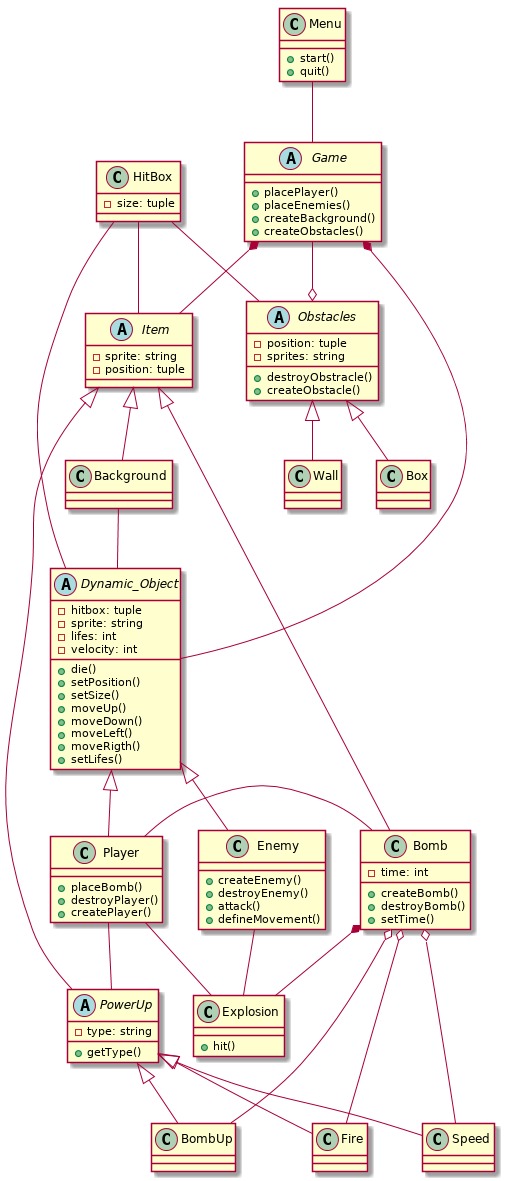
Earlier version of the PlantUML export Bomberman UML/Diagrama de clases/ver1/Bomberman_UML_Clases_v.1.png (vtroitio/Bomberman). Its diagram source:
```plantuml
@startuml
abstract class Item{
  -sprite: string
  -position: tuple
}

abstract class PowerUp{
  -type: string
  +getType()
}

abstract class Game{
  +placePlayer()
  +placeEnemies()
  +createBackground()
  +createObstacles()
}

abstract class Dynamic_Object{
  -hitbox: tuple
  -sprite: string
  -lifes: int
  -velocity: int
  +die()
  +setPosition()
  +setSize()
  +moveUp()
  +moveDown()
  +moveLeft()
  +moveRigth()
  +setLifes()
}

abstract class Obstacles{
  -position: tuple
  -sprites: string
  +destroyObstracle()
  +createObstacle()
}

class Box{

}

class Wall{

}

class HitBox{
  -size: tuple
}

class Menu{
  +start()
  +quit()
}

class Bomb{
  -time: int
  +createBomb()
  +destroyBomb()
  +setTime()
}

class Background{

}

class Enemy{
  +createEnemy()
  +destroyEnemy()
  +attack()
  +defineMovement()
}

class Player{
  +placeBomb()
  +destroyPlayer()
  +createPlayer()
}

class Fire{

}

class Speed{

}

class BombUp{

}

class Explosion{
  +hit()
}

Obstacles <|--  Wall
Obstacles <|-- Box
Dynamic_Object <|-- Enemy
Dynamic_Object <|-- Player
Player - Bomb
Player -- PowerUp
Player -- Explosion
PowerUp <|-- Speed
PowerUp <|-- Fire
PowerUp <|-- BombUp
Bomb *-- Explosion
Bomb o-- Fire
Bomb o-- Speed
Bomb o-- BombUp
Item <|-- Bomb
Item <|-- PowerUp
Item <|-- Background
Background -- Dynamic_Object
Game *-- Item
Game *-- Dynamic_Object
Obstacles o--up Game
Menu -- Game
HitBox -- Dynamic_Object
HitBox -- Item
HitBox -- Obstacles
Enemy -- Explosion
@enduml
```
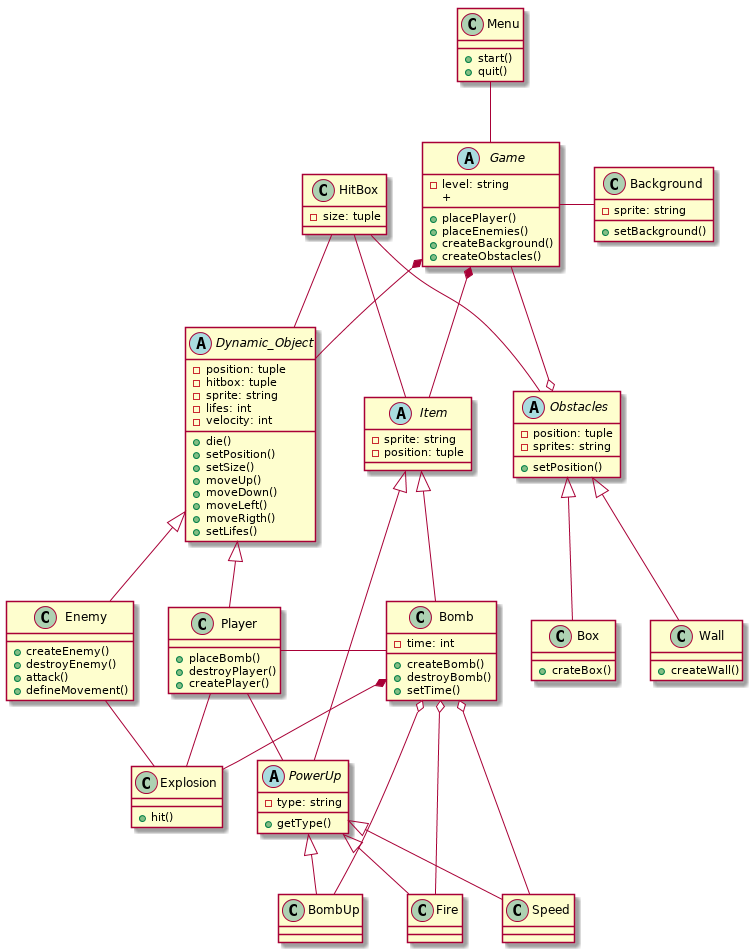
The same diagram one commit later.

Commit message:
Actualizo el PNG del diagrama de clases

Diff of the diagram source:
```diff
@@ -10,13 +10,16 @@
 }
 
 abstract class Game{
+  -level: string
   +placePlayer()
   +placeEnemies()
   +createBackground()
   +createObstacles()
+  +
 }
 
 abstract class Dynamic_Object{
+  -position: tuple
   -hitbox: tuple
   -sprite: string
   -lifes: int
@@ -34,16 +37,15 @@
 abstract class Obstacles{
   -position: tuple
   -sprites: string
-  +destroyObstracle()
-  +createObstacle()
+  +setPosition()
 }
 
 class Box{
-
+  +crateBox()
 }
 
 class Wall{
-
+  +createWall()
 }
 
 class HitBox{
@@ -63,7 +65,8 @@
 }
 
 class Background{
-
+  -sprite: string
+  +setBackground()
 }
 
 class Enemy{
@@ -111,10 +114,9 @@
 Bomb o-- BombUp
 Item <|-- Bomb
 Item <|-- PowerUp
-Item <|-- Background
-Background -- Dynamic_Object
 Game *-- Item
 Game *-- Dynamic_Object
+Game --right Background
 Obstacles o--up Game
 Menu -- Game
 HitBox -- Dynamic_Object
```
